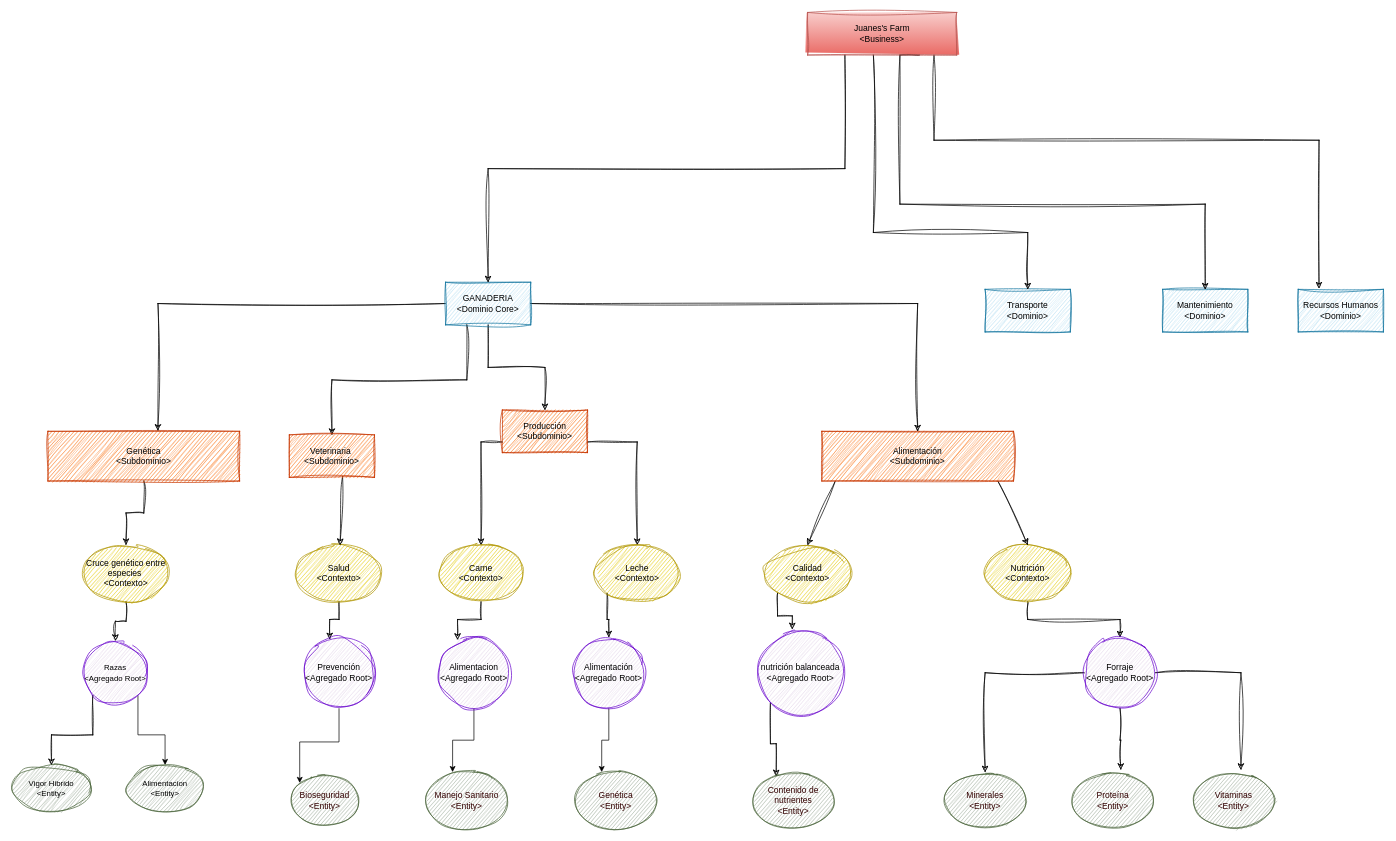
Before: page "Copia de Página-1" (2 of 9) of Ganadería DDD.drawio in training-practice-sofkau/C1-2023-DDD-Colombia, a draw.io diagram. Source tidied: cells renumbered, new cells numbered last; positions are measured from the earlier drawing's top-left corner, leaving out a move shared by most shapes. Both pictures are drawn from the tidied source at 71%, with x=0, y=0 at pixel (12, 12).
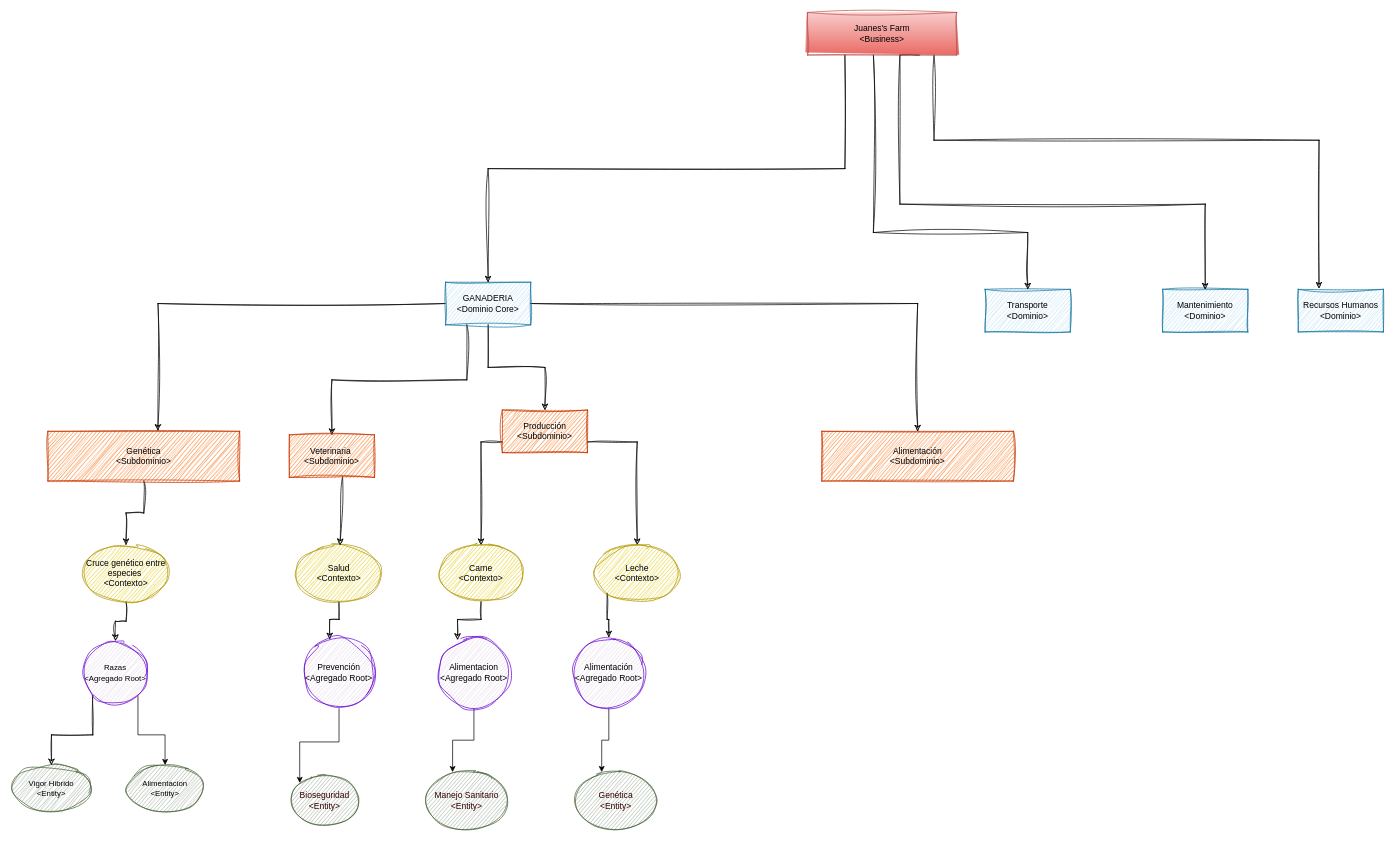
The same diagram, later.

Unchanged cells that the change refers to:
```xml
<mxCell id="17" value="Alimentación&lt;br&gt;&amp;lt;Subdominio&amp;gt;" style="rounded=0;whiteSpace=wrap;html=1;sketch=1;curveFitting=1;jiggle=2;fillColor=#fa6800;fontColor=#000000;strokeColor=#C73500;" parent="1" vertex="1">
  <mxGeometry x="1140" y="590" width="270" height="70" as="geometry" />
</mxCell>
```

Diff of the diagram source:
```diff
@@
-    <mxCell id="2" style="edgeStyle=orthogonalEdgeStyle;rounded=0;jettySize=auto;html=1;exitX=0.5;exitY=1;exitDx=0;exitDy=0;strokeColor=default;sketch=1;curveFitting=1;jiggle=2;shadow=0;" parent="1" edge="1" source="3" target="51">
-      <mxGeometry relative="1" as="geometry" />
-    </mxCell>
-    <mxCell id="3" value="Nutrición&lt;br&gt;&amp;lt;Contexto&amp;gt;" style="ellipse;whiteSpace=wrap;html=1;rounded=0;sketch=1;curveFitting=1;jiggle=2;fillColor=#e3c800;fontColor=#000000;strokeColor=#B09500;" parent="1" vertex="1">
-      <mxGeometry x="1370" y="750" width="120" height="80" as="geometry" />
-    </mxCell>
@@
-    <mxCell id="8" style="edgeStyle=orthogonalEdgeStyle;rounded=0;sketch=1;jettySize=auto;html=1;exitX=0;exitY=1;exitDx=0;exitDy=0;entryX=0.403;entryY=-0.012;entryDx=0;entryDy=0;entryPerimeter=0;fontSize=11;" parent="1" edge="1" source="9" target="47">
-      <mxGeometry relative="1" as="geometry" />
-    </mxCell>
-    <mxCell id="9" value="Calidad&lt;br&gt;&amp;lt;Contexto&amp;gt;" style="ellipse;whiteSpace=wrap;html=1;rounded=0;sketch=1;curveFitting=1;jiggle=2;fillColor=#e3c800;fontColor=#000000;strokeColor=#B09500;" parent="1" vertex="1">
-      <mxGeometry x="1060" y="750" width="120" height="80" as="geometry" />
-    </mxCell>
@@
-    <mxCell id="14" style="endArrow=classic;html=1;rounded=0;entryX=0.5;entryY=0;entryDx=0;entryDy=0;sketch=1;curveFitting=1;jiggle=2;exitX=0.919;exitY=1.007;exitDx=0;exitDy=0;exitPerimeter=0;" parent="1" edge="1" source="17" target="3">
-      <mxGeometry relative="1" as="geometry" />
-    </mxCell>
-    <mxCell id="15" style="endArrow=classic;html=1;rounded=0;exitX=0.069;exitY=1.011;exitDx=0;exitDy=0;entryX=0.5;entryY=0;entryDx=0;entryDy=0;exitPerimeter=0;sketch=1;curveFitting=1;jiggle=2;" parent="1" edge="1" source="17" target="9">
-      <mxGeometry relative="1" as="geometry" />
-    </mxCell>
@@
-    <mxCell id="46" style="edgeStyle=orthogonalEdgeStyle;rounded=0;sketch=1;jettySize=auto;html=1;exitX=0;exitY=1;exitDx=0;exitDy=0;entryX=0.298;entryY=0.07;entryDx=0;entryDy=0;entryPerimeter=0;fontColor=#330000;" parent="1" edge="1" source="47" target="59">
-      <mxGeometry relative="1" as="geometry" />
-    </mxCell>
-    <mxCell id="47" value="nutrición balanceada&lt;br&gt;&amp;lt;Agregado Root&amp;gt;" style="ellipse;whiteSpace=wrap;html=1;fillColor=#e1d5e7;strokeColor=#6600CC;sketch=1;curveFitting=1;jiggle=2;" parent="1" vertex="1">
-      <mxGeometry x="1050" y="870" width="120" height="120" as="geometry" />
-    </mxCell>
-    <mxCell id="48" style="edgeStyle=orthogonalEdgeStyle;rounded=0;jettySize=auto;html=1;entryX=0.5;entryY=0;entryDx=0;entryDy=0;fontColor=#330000;sketch=1;curveFitting=1;jiggle=2;" parent="1" edge="1" source="51" target="56">
-      <mxGeometry relative="1" as="geometry" />
-    </mxCell>
-    <mxCell id="49" style="edgeStyle=orthogonalEdgeStyle;rounded=0;jettySize=auto;html=1;entryX=0.592;entryY=-0.042;entryDx=0;entryDy=0;entryPerimeter=0;fontColor=#330000;sketch=1;curveFitting=1;jiggle=2;" parent="1" edge="1" source="51" target="57">
-      <mxGeometry relative="1" as="geometry" />
-    </mxCell>
-    <mxCell id="50" style="edgeStyle=orthogonalEdgeStyle;rounded=0;jettySize=auto;html=1;entryX=0.586;entryY=-0.042;entryDx=0;entryDy=0;entryPerimeter=0;fontColor=#330000;sketch=1;curveFitting=1;jiggle=2;" parent="1" edge="1" source="51" target="58">
-      <mxGeometry relative="1" as="geometry" />
-    </mxCell>
-    <mxCell id="51" value="Forraje&lt;br&gt;&amp;lt;Agregado Root&amp;gt;" style="ellipse;whiteSpace=wrap;html=1;fillColor=#e1d5e7;strokeColor=#6600CC;sketch=1;curveFitting=1;jiggle=2;" parent="1" vertex="1">
-      <mxGeometry x="1510" y="880" width="100" height="100" as="geometry" />
-    </mxCell>
@@
-    <mxCell id="56" value="Minerales&lt;br&gt;&amp;lt;Entity&amp;gt;" style="ellipse;whiteSpace=wrap;html=1;labelBackgroundColor=none;labelBorderColor=none;sketch=1;strokeColor=#486338;fontColor=#330000;fillColor=#9DAB9C;" parent="1" vertex="1">
-      <mxGeometry x="1310" y="1070" width="120" height="80" as="geometry" />
-    </mxCell>
-    <mxCell id="57" value="Proteína&lt;br&gt;&amp;lt;Entity&amp;gt;" style="ellipse;whiteSpace=wrap;html=1;labelBackgroundColor=none;labelBorderColor=none;sketch=1;strokeColor=#486338;fontColor=#330000;fillColor=#9DAB9C;" parent="1" vertex="1">
-      <mxGeometry x="1490" y="1070" width="120" height="80" as="geometry" />
-    </mxCell>
-    <mxCell id="58" value="Vitaminas&lt;br&gt;&amp;lt;Entity&amp;gt;" style="ellipse;whiteSpace=wrap;html=1;labelBackgroundColor=none;labelBorderColor=none;sketch=1;strokeColor=#486338;fontColor=#330000;fillColor=#9DAB9C;" parent="1" vertex="1">
-      <mxGeometry x="1660" y="1070" width="120" height="80" as="geometry" />
-    </mxCell>
-    <mxCell id="59" value="Contenido de nutrientes&lt;br&gt;&amp;lt;Entity&amp;gt;" style="ellipse;whiteSpace=wrap;html=1;labelBackgroundColor=none;labelBorderColor=none;sketch=1;strokeColor=#486338;fontColor=#330000;fillColor=#9DAB9C;" parent="1" vertex="1">
-      <mxGeometry x="1040" y="1070" width="120" height="80" as="geometry" />
-    </mxCell>
```
